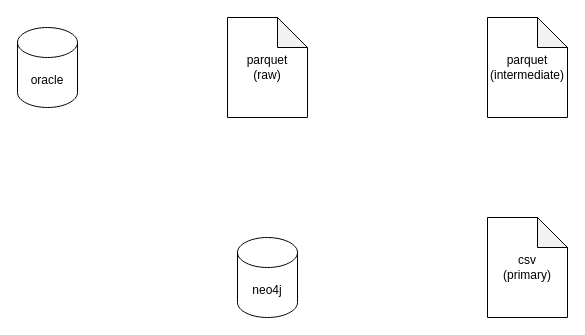
The draw.io diagram 太平/etl plan.drawio in XiaoLiuAI/diagrams, before the edit. Source tidied: cells renumbered, new cells numbered last; positions are measured from the earlier drawing's top-left corner, leaving out a move shared by most shapes. Both pictures are drawn from the tidied source at 100%, with x=0, y=0 at pixel (17, 17).
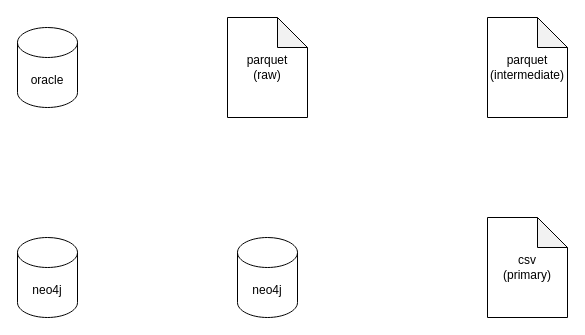
The same page after the edit.

Diff of the diagram source:
```diff
@@
 <mxGraphModel>
   <root>
     <mxCell id="0" />
     <mxCell id="1" parent="0" />
     <mxCell id="2" value="oracle" style="shape=cylinder3;whiteSpace=wrap;html=1;boundedLbl=1;backgroundOutline=1;size=15;" parent="1" vertex="1">
       <mxGeometry y="10" width="60" height="80" as="geometry" />
     </mxCell>
     <mxCell id="3" value="parquet&lt;br&gt;(raw)" style="shape=note;whiteSpace=wrap;html=1;backgroundOutline=1;darkOpacity=0.05;" parent="1" vertex="1">
       <mxGeometry x="210" width="80" height="100" as="geometry" />
     </mxCell>
     <mxCell id="4" value="parquet&lt;br&gt;(intermediate)" style="shape=note;whiteSpace=wrap;html=1;backgroundOutline=1;darkOpacity=0.05;" parent="1" vertex="1">
       <mxGeometry x="470" width="80" height="100" as="geometry" />
     </mxCell>
     <mxCell id="5" value="csv&lt;br&gt;(primary)" style="shape=note;whiteSpace=wrap;html=1;backgroundOutline=1;darkOpacity=0.05;" parent="1" vertex="1">
       <mxGeometry x="470" y="200" width="80" height="100" as="geometry" />
     </mxCell>
     <mxCell id="6" value="neo4j" style="shape=cylinder3;whiteSpace=wrap;html=1;boundedLbl=1;backgroundOutline=1;size=15;" parent="1" vertex="1">
       <mxGeometry x="220" y="220" width="60" height="80" as="geometry" />
     </mxCell>
+    <mxCell id="7" value="neo4j" style="shape=cylinder3;whiteSpace=wrap;html=1;boundedLbl=1;backgroundOutline=1;size=15;" parent="1" vertex="1">
+      <mxGeometry y="220" width="60" height="80" as="geometry" />
+    </mxCell>
   </root>
 </mxGraphModel>
```
